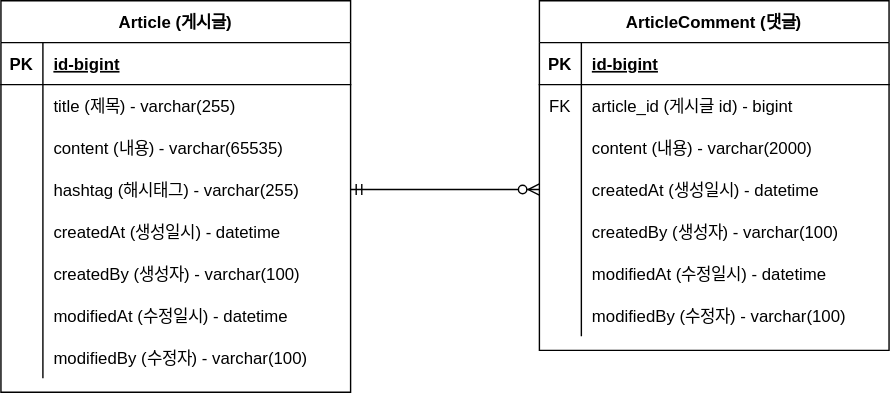
Before: document/project-board-erd.svg, a diagram exported from draw.io (seoyoung0121/fastcampus-project1). Source tidied: cells renumbered, new cells last; positions are measured from the earlier drawing's top-left corner, leaving out a move shared by most shapes.
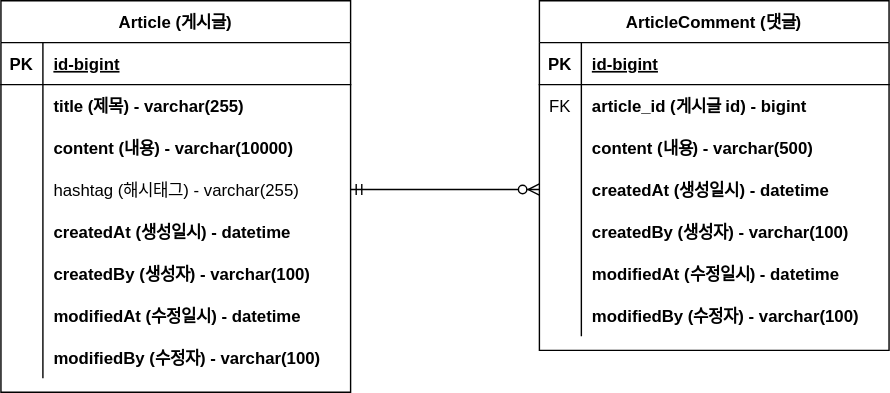
Later version of the same file.

Commit message:
#10 - erd 업데이트

Change to the diagram source:
```diff
@@ -20,7 +20,7 @@
     <mxCell id="7" style="shape=partialRectangle;overflow=hidden;fillColor=none;top=0;left=0;bottom=0;right=0;" parent="6" vertex="1">
       <mxGeometry width="30" height="30" as="geometry" />
     </mxCell>
-    <mxCell id="8" value="title (제목) - varchar(255)" style="shape=partialRectangle;overflow=hidden;fillColor=none;top=0;left=0;bottom=0;right=0;align=left;spacingLeft=6;" parent="6" vertex="1">
+    <mxCell id="8" value="title (제목) - varchar(255)" style="shape=partialRectangle;overflow=hidden;fillColor=none;top=0;left=0;bottom=0;right=0;align=left;spacingLeft=6;fontStyle=1;" parent="6" vertex="1">
       <mxGeometry x="30" width="220" height="30" as="geometry" />
     </mxCell>
     <mxCell id="9" style="shape=partialRectangle;fillColor=none;top=0;left=0;right=0;bottom=0;" parent="2" vertex="1">
@@ -29,7 +29,7 @@
     <mxCell id="10" style="shape=partialRectangle;overflow=hidden;fillColor=none;top=0;left=0;bottom=0;right=0;" parent="9" vertex="1">
       <mxGeometry width="30" height="30" as="geometry" />
     </mxCell>
-    <mxCell id="11" value="content (내용) - varchar(65535)" style="shape=partialRectangle;overflow=hidden;fillColor=none;top=0;left=0;bottom=0;right=0;align=left;spacingLeft=6;" parent="9" vertex="1">
+    <mxCell id="11" value="content (내용) - varchar(10000)" style="shape=partialRectangle;overflow=hidden;fillColor=none;top=0;left=0;bottom=0;right=0;align=left;spacingLeft=6;fontStyle=1;" parent="9" vertex="1">
       <mxGeometry x="30" width="220" height="30" as="geometry" />
     </mxCell>
     <mxCell id="12" style="shape=partialRectangle;fillColor=none;points=[[0,0.5],[1,0.5]];portConstraint=eastwest;top=0;left=0;right=0;bottom=0;" parent="2" vertex="1">
@@ -47,7 +47,7 @@
     <mxCell id="16" style="shape=partialRectangle;overflow=hidden;fillColor=none;top=0;left=0;bottom=0;right=0;" parent="15" vertex="1">
       <mxGeometry width="30" height="30" as="geometry" />
     </mxCell>
-    <mxCell id="17" value="createdAt (생성일시) - datetime" style="shape=partialRectangle;overflow=hidden;fillColor=none;top=0;left=0;bottom=0;right=0;align=left;spacingLeft=6;" parent="15" vertex="1">
+    <mxCell id="17" value="createdAt (생성일시) - datetime" style="shape=partialRectangle;overflow=hidden;fillColor=none;top=0;left=0;bottom=0;right=0;align=left;spacingLeft=6;fontStyle=1;" parent="15" vertex="1">
       <mxGeometry x="30" width="220" height="30" as="geometry" />
     </mxCell>
     <mxCell id="18" style="shape=partialRectangle;fillColor=none;top=0;left=0;right=0;bottom=0;" parent="2" vertex="1">
@@ -56,7 +56,7 @@
     <mxCell id="19" style="shape=partialRectangle;overflow=hidden;fillColor=none;top=0;left=0;bottom=0;right=0;" parent="18" vertex="1">
       <mxGeometry width="30" height="30" as="geometry" />
     </mxCell>
-    <mxCell id="20" value="createdBy (생성자) - varchar(100)" style="shape=partialRectangle;overflow=hidden;fillColor=none;top=0;left=0;bottom=0;right=0;align=left;spacingLeft=6;" parent="18" vertex="1">
+    <mxCell id="20" value="createdBy (생성자) - varchar(100)" style="shape=partialRectangle;overflow=hidden;fillColor=none;top=0;left=0;bottom=0;right=0;align=left;spacingLeft=6;fontStyle=1;" parent="18" vertex="1">
       <mxGeometry x="30" width="220" height="30" as="geometry" />
     </mxCell>
     <mxCell id="21" style="shape=partialRectangle;fillColor=none;top=0;left=0;right=0;bottom=0;" parent="2" vertex="1">
@@ -65,7 +65,7 @@
     <mxCell id="22" style="shape=partialRectangle;overflow=hidden;fillColor=none;top=0;left=0;bottom=0;right=0;" parent="21" vertex="1">
       <mxGeometry width="30" height="30" as="geometry" />
     </mxCell>
-    <mxCell id="23" value="modifiedAt (수정일시) - datetime" style="shape=partialRectangle;overflow=hidden;fillColor=none;top=0;left=0;bottom=0;right=0;align=left;spacingLeft=6;" parent="21" vertex="1">
+    <mxCell id="23" value="modifiedAt (수정일시) - datetime" style="shape=partialRectangle;overflow=hidden;fillColor=none;top=0;left=0;bottom=0;right=0;align=left;spacingLeft=6;fontStyle=1;" parent="21" vertex="1">
       <mxGeometry x="30" width="220" height="30" as="geometry" />
     </mxCell>
     <mxCell id="24" style="shape=partialRectangle;fillColor=none;top=0;left=0;right=0;bottom=0;" parent="2" vertex="1">
@@ -74,7 +74,7 @@
     <mxCell id="25" style="shape=partialRectangle;overflow=hidden;fillColor=none;top=0;left=0;bottom=0;right=0;" parent="24" vertex="1">
       <mxGeometry width="30" height="30" as="geometry" />
     </mxCell>
-    <mxCell id="26" value="modifiedBy (수정자) - varchar(100)" style="shape=partialRectangle;overflow=hidden;fillColor=none;top=0;left=0;bottom=0;right=0;align=left;spacingLeft=6;" parent="24" vertex="1">
+    <mxCell id="26" value="modifiedBy (수정자) - varchar(100)" style="shape=partialRectangle;overflow=hidden;fillColor=none;top=0;left=0;bottom=0;right=0;align=left;spacingLeft=6;fontStyle=1;" parent="24" vertex="1">
       <mxGeometry x="30" width="220" height="30" as="geometry" />
     </mxCell>
     <mxCell id="27" value="ArticleComment (댓글)" style="shape=table;startSize=30;rowLines=0;fontStyle=1;align=center;" parent="1" vertex="1">
@@ -95,7 +95,7 @@
     <mxCell id="32" value="FK" style="shape=partialRectangle;overflow=hidden;fillColor=none;top=0;left=0;bottom=0;right=0;" parent="31" vertex="1">
       <mxGeometry width="30" height="30" as="geometry" />
     </mxCell>
-    <mxCell id="33" value="article_id (게시글 id) - bigint" style="shape=partialRectangle;overflow=hidden;fillColor=none;top=0;left=0;bottom=0;right=0;align=left;spacingLeft=6;" parent="31" vertex="1">
+    <mxCell id="33" value="article_id (게시글 id) - bigint" style="shape=partialRectangle;overflow=hidden;fillColor=none;top=0;left=0;bottom=0;right=0;align=left;spacingLeft=6;fontStyle=1;" parent="31" vertex="1">
       <mxGeometry x="30" width="220" height="30" as="geometry" />
     </mxCell>
     <mxCell id="34" style="shape=partialRectangle;fillColor=none;top=0;left=0;right=0;bottom=0;" parent="27" vertex="1">
@@ -104,7 +104,7 @@
     <mxCell id="35" style="shape=partialRectangle;overflow=hidden;fillColor=none;top=0;left=0;bottom=0;right=0;" parent="34" vertex="1">
       <mxGeometry width="30" height="30" as="geometry" />
     </mxCell>
-    <mxCell id="36" value="content (내용) - varchar(2000)" style="shape=partialRectangle;overflow=hidden;fillColor=none;top=0;left=0;bottom=0;right=0;align=left;spacingLeft=6;" parent="34" vertex="1">
+    <mxCell id="36" value="content (내용) - varchar(500)" style="shape=partialRectangle;overflow=hidden;fillColor=none;top=0;left=0;bottom=0;right=0;align=left;spacingLeft=6;fontStyle=1;" parent="34" vertex="1">
       <mxGeometry x="30" width="220" height="30" as="geometry" />
     </mxCell>
     <mxCell id="37" style="shape=partialRectangle;fillColor=none;points=[[0,0.5],[1,0.5]];portConstraint=eastwest;top=0;left=0;right=0;bottom=0;" parent="27" vertex="1">
@@ -113,7 +113,7 @@
     <mxCell id="38" style="shape=partialRectangle;overflow=hidden;fillColor=none;top=0;left=0;bottom=0;right=0;" parent="37" vertex="1">
       <mxGeometry width="30" height="30" as="geometry" />
     </mxCell>
-    <mxCell id="39" value="createdAt (생성일시) - datetime" style="shape=partialRectangle;overflow=hidden;fillColor=none;top=0;left=0;bottom=0;right=0;align=left;spacingLeft=6;" parent="37" vertex="1">
+    <mxCell id="39" value="createdAt (생성일시) - datetime" style="shape=partialRectangle;overflow=hidden;fillColor=none;top=0;left=0;bottom=0;right=0;align=left;spacingLeft=6;fontStyle=1;" parent="37" vertex="1">
       <mxGeometry x="30" width="220" height="30" as="geometry" />
     </mxCell>
     <mxCell id="40" style="shape=partialRectangle;fillColor=none;top=0;left=0;right=0;bottom=0;" parent="27" vertex="1">
@@ -122,7 +122,7 @@
     <mxCell id="41" style="shape=partialRectangle;overflow=hidden;fillColor=none;top=0;left=0;bottom=0;right=0;" parent="40" vertex="1">
       <mxGeometry width="30" height="30" as="geometry" />
     </mxCell>
-    <mxCell id="42" value="createdBy (생성자) - varchar(100)" style="shape=partialRectangle;overflow=hidden;fillColor=none;top=0;left=0;bottom=0;right=0;align=left;spacingLeft=6;" parent="40" vertex="1">
+    <mxCell id="42" value="createdBy (생성자) - varchar(100)" style="shape=partialRectangle;overflow=hidden;fillColor=none;top=0;left=0;bottom=0;right=0;align=left;spacingLeft=6;fontStyle=1;" parent="40" vertex="1">
       <mxGeometry x="30" width="220" height="30" as="geometry" />
     </mxCell>
     <mxCell id="43" style="shape=partialRectangle;fillColor=none;top=0;left=0;right=0;bottom=0;" parent="27" vertex="1">
@@ -131,7 +131,7 @@
     <mxCell id="44" style="shape=partialRectangle;overflow=hidden;fillColor=none;top=0;left=0;bottom=0;right=0;" parent="43" vertex="1">
       <mxGeometry width="30" height="30" as="geometry" />
     </mxCell>
-    <mxCell id="45" value="modifiedAt (수정일시) - datetime" style="shape=partialRectangle;overflow=hidden;fillColor=none;top=0;left=0;bottom=0;right=0;align=left;spacingLeft=6;" parent="43" vertex="1">
+    <mxCell id="45" value="modifiedAt (수정일시) - datetime" style="shape=partialRectangle;overflow=hidden;fillColor=none;top=0;left=0;bottom=0;right=0;align=left;spacingLeft=6;fontStyle=1;" parent="43" vertex="1">
       <mxGeometry x="30" width="220" height="30" as="geometry" />
     </mxCell>
     <mxCell id="46" style="shape=partialRectangle;fillColor=none;top=0;left=0;right=0;bottom=0;" parent="27" vertex="1">
@@ -140,7 +140,7 @@
     <mxCell id="47" style="shape=partialRectangle;overflow=hidden;fillColor=none;top=0;left=0;bottom=0;right=0;" parent="46" vertex="1">
       <mxGeometry width="30" height="30" as="geometry" />
     </mxCell>
-    <mxCell id="48" value="modifiedBy (수정자) - varchar(100)" style="shape=partialRectangle;overflow=hidden;fillColor=none;top=0;left=0;bottom=0;right=0;align=left;spacingLeft=6;" parent="46" vertex="1">
+    <mxCell id="48" value="modifiedBy (수정자) - varchar(100)" style="shape=partialRectangle;overflow=hidden;fillColor=none;top=0;left=0;bottom=0;right=0;align=left;spacingLeft=6;fontStyle=1;" parent="46" vertex="1">
       <mxGeometry x="30" width="220" height="30" as="geometry" />
     </mxCell>
     <mxCell id="49" style="edgeStyle=entityRelationEdgeStyle;fontSize=12;html=1;endArrow=ERzeroToMany;startArrow=ERmandOne;rounded=0;exitX=1;exitY=0.5;exitDx=0;exitDy=0;entryX=0;entryY=0.5;entryDx=0;entryDy=0;" parent="1" edge="1" source="12" target="37">
```
